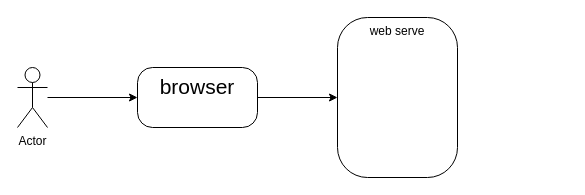
The draw.io diagram mybatis/初识mysql.drawio in Hello-Pig-K/picture-collection, before the edit. Source tidied: cells renumbered, new cells numbered last; positions are measured from the earlier drawing's top-left corner, leaving out a move shared by most shapes. Both pictures are drawn from the tidied source at 100%, with x=0, y=0 at pixel (17, 17).
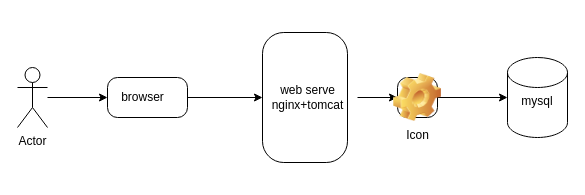
Above is the later version.

The edit, as a diff of the source:
```diff
@@
 <mxGraphModel>
   <root>
     <mxCell id="0" />
     <mxCell id="1" parent="0" />
     <mxCell id="2" style="edgeStyle=orthogonalEdgeStyle;rounded=0;jettySize=auto;html=1;" parent="1" edge="1" source="3" target="5">
       <mxGeometry relative="1" as="geometry" />
     </mxCell>
     <mxCell id="3" value="Actor" style="shape=umlActor;verticalLabelPosition=bottom;verticalAlign=top;html=1;outlineConnect=0;" parent="1" vertex="1">
       <mxGeometry y="50" width="30" height="60" as="geometry" />
     </mxCell>
     <mxCell id="4" style="edgeStyle=orthogonalEdgeStyle;rounded=0;jettySize=auto;html=1;fontFamily=Helvetica;fontSize=12;fontColor=default;" parent="1" edge="1" source="5" target="6">
       <mxGeometry relative="1" as="geometry" />
     </mxCell>
-    <mxCell id="5" value="&lt;div style=&quot;&quot;&gt;&lt;span style=&quot;background-color: initial;&quot;&gt;&lt;font style=&quot;font-size: 21px;&quot;&gt;browser&lt;/font&gt;&lt;/span&gt;&lt;/div&gt;" style="rounded=1;whiteSpace=wrap;html=1;verticalAlign=top;align=center;arcSize=25;" parent="1" vertex="1">
-      <mxGeometry x="120" y="50" width="120" height="60" as="geometry" />
+    <mxCell id="5" value="&lt;div style=&quot;&quot;&gt;&lt;br&gt;&lt;/div&gt;" style="rounded=1;whiteSpace=wrap;html=1;verticalAlign=top;align=center;arcSize=25;" parent="1" vertex="1">
+      <mxGeometry x="90" y="60" width="80" height="40" as="geometry" />
     </mxCell>
-    <mxCell id="6" value="web serve" style="rounded=1;whiteSpace=wrap;html=1;verticalAlign=top;arcSize=25;" parent="1" vertex="1">
-      <mxGeometry x="320" width="120" height="160" as="geometry" />
+    <mxCell id="6" style="rounded=1;whiteSpace=wrap;html=1;verticalAlign=top;arcSize=25;" parent="1" vertex="1">
+      <mxGeometry x="245" y="15" width="85" height="130" as="geometry" />
     </mxCell>
+    <mxCell id="7" style="edgeStyle=orthogonalEdgeStyle;rounded=0;jettySize=auto;html=1;fontFamily=Helvetica;fontSize=12;fontColor=default;" parent="1" edge="1" source="8" target="12">
+      <mxGeometry relative="1" as="geometry" />
+    </mxCell>
+    <mxCell id="8" value="web serve&lt;div&gt;nginx+tomcat&lt;/div&gt;" style="text;html=1;align=center;verticalAlign=middle;points=[];strokeColor=none;fillColor=none;fontFamily=Helvetica;fontSize=12;fontColor=default;" parent="1" vertex="1">
+      <mxGeometry x="240" y="60" width="100" height="40" as="geometry" />
+    </mxCell>
+    <mxCell id="9" value="browser" style="text;html=1;align=center;verticalAlign=middle;strokeColor=none;fillColor=none;fontFamily=Helvetica;fontSize=12;fontColor=default;" parent="1" vertex="1">
+      <mxGeometry x="90" y="65" width="70" height="30" as="geometry" />
+    </mxCell>
+    <mxCell id="10" value="mysql" style="shape=cylinder3;whiteSpace=wrap;html=1;boundedLbl=1;backgroundOutline=1;size=15;rounded=1;strokeColor=default;align=center;verticalAlign=top;arcSize=25;fontFamily=Helvetica;fontSize=12;fontColor=default;fillColor=default;" parent="1" vertex="1">
+      <mxGeometry x="490" y="40" width="60" height="80" as="geometry" />
+    </mxCell>
+    <mxCell id="11" style="edgeStyle=orthogonalEdgeStyle;rounded=0;jettySize=auto;html=1;fontFamily=Helvetica;fontSize=12;fontColor=default;" parent="1" edge="1" source="12" target="10">
+      <mxGeometry relative="1" as="geometry" />
+    </mxCell>
+    <mxCell id="12" value="Icon" style="icon;html=1;image=img/clipart/Gear_128x128.png;rounded=1;strokeColor=default;align=center;verticalAlign=top;arcSize=25;fontFamily=Helvetica;fontSize=12;fontColor=default;fillColor=default;" parent="1" vertex="1">
+      <mxGeometry x="380" y="60" width="40" height="40" as="geometry" />
+    </mxCell>
   </root>
 </mxGraphModel>
```
